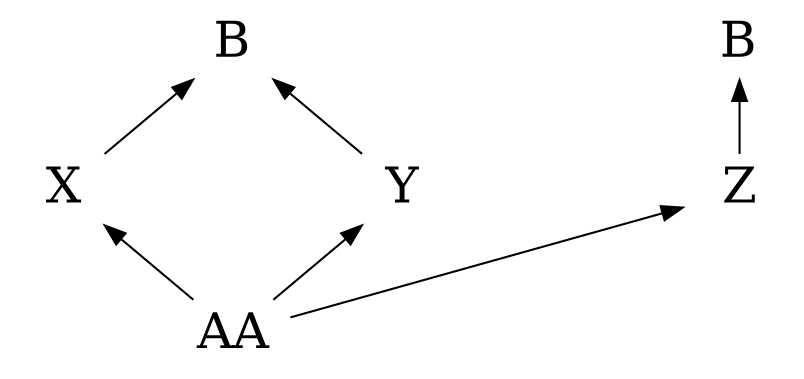
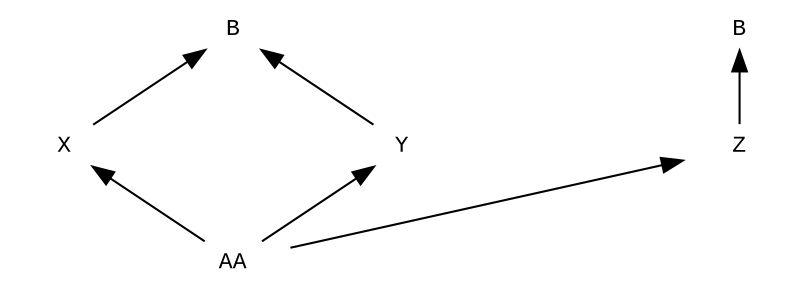
digraph virtnonvirt {
    graph [nodesep=1.5, rankdir=BT];

-     B1 [label = "B", shape=plaintext, height=.1, fontsize=24];
-     B2 [label = "B", shape=plaintext, height=.1, fontsize=24];
-     AA [shape=plaintext, height=.1, fontsize=24];
-     X [shape=plaintext, height=.1, fontsize=24];
-     Y [shape=plaintext, height=.1, fontsize=24];
-     Z [shape=plaintext, height=.1, fontsize=24];
+     B1 [label = "B", shape=plaintext, height=.1, fontsize=11, fontname="Courier New"];
+     B2 [label = "B", shape=plaintext, height=.1, fontsize=11, fontname="Courier New"];
+     AA [shape=plaintext, height=.1, fontsize=11, fontname="Courier New"];
+     X [shape=plaintext, height=.1, fontsize=11, fontname="Courier New"];
+     Y [shape=plaintext, height=.1, fontsize=11, fontname="Courier New"];
+     Z [shape=plaintext, height=.1, fontsize=11, fontname="Courier New"];

    subgraph {
    AA -> X;
    AA -> Y;
    X  -> B1;
    Y  -> B1;
    }

    AA -> Z [weight=0];
    Z  -> B2;
- }+ }
